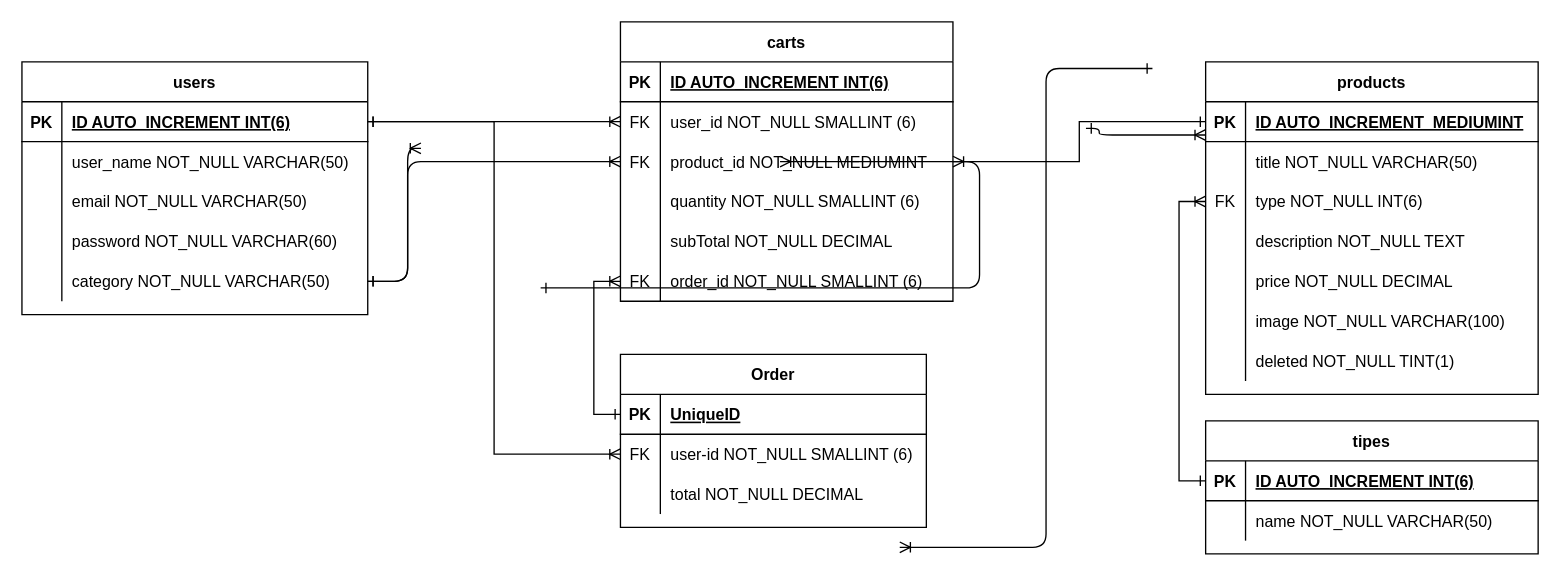
Earlier version of the draw.io diagram database-diagram.drawio (Juan-Ignacio-Bordignon/Proyecto-Ecommerce). Source tidied: cells renumbered, new cells numbered last; positions are measured from the earlier drawing's top-left corner, leaving out a move shared by most shapes. Both pictures are drawn from the tidied source at 133%, with x=0, y=0 at pixel (21, 21).
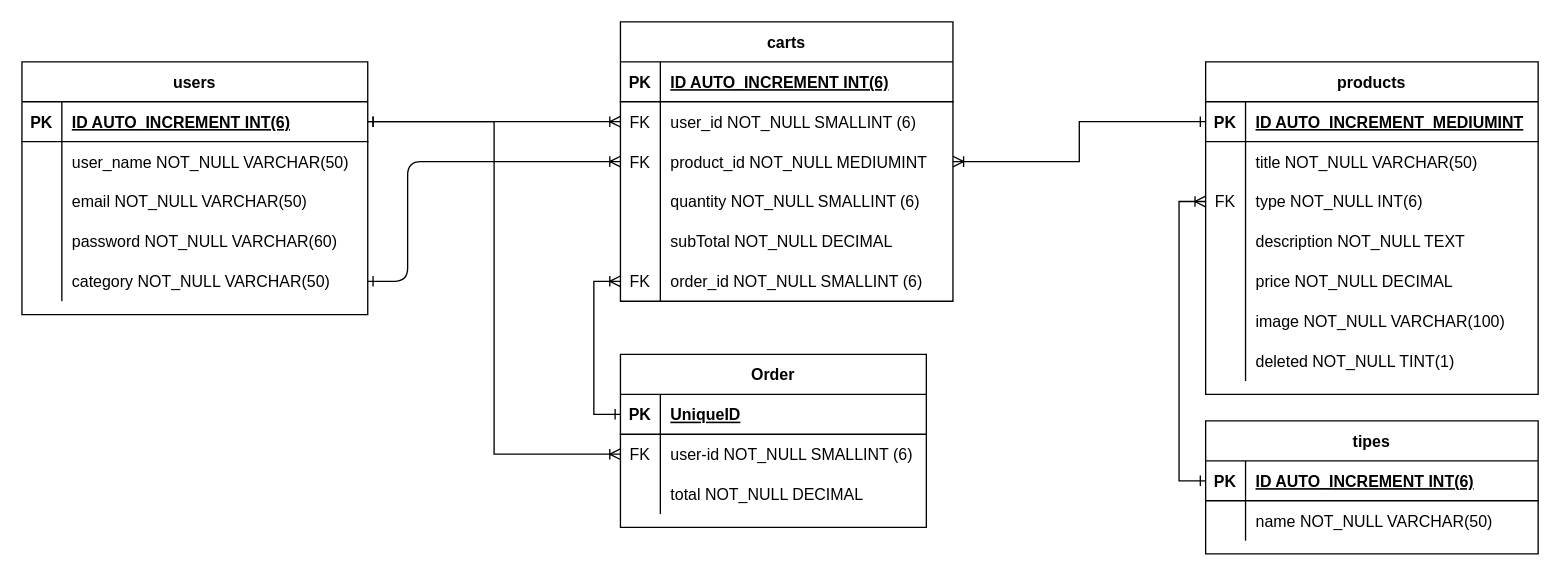
The same page after the edit.

Commit message:
Actualizacion diagrama

What changed in the source:
```diff
@@
-    <mxCell id="2" style="edgeStyle=elbowEdgeStyle;fontSize=12;html=1;endArrow=ERoneToMany;startArrow=ERone;startFill=0;exitX=1;exitY=0.5;exitDx=0;exitDy=0;entryX=0;entryY=0.5;entryDx=0;entryDy=0;" parent="1" edge="1">
-      <mxGeometry relative="1" as="geometry">
-        <mxPoint x="260" y="195" as="sourcePoint" />
-        <mxPoint x="300" y="95" as="targetPoint" />
-        <Array as="points">
-          <mxPoint x="290" y="195" />
-        </Array>
-      </mxGeometry>
-    </mxCell>
-    <mxCell id="3" style="edgeStyle=elbowEdgeStyle;fontSize=12;html=1;endArrow=ERoneToMany;entryX=1;entryY=0.5;entryDx=0;entryDy=0;startArrow=ERone;startFill=0;exitX=0;exitY=0.5;exitDx=0;exitDy=0;" parent="1" edge="1">
-      <mxGeometry relative="1" as="geometry">
-        <mxPoint x="390" y="200" as="sourcePoint" />
-        <mxPoint x="570" y="105" as="targetPoint" />
-        <Array as="points">
-          <mxPoint x="720" y="80" />
-          <mxPoint x="760" y="130" />
-        </Array>
-      </mxGeometry>
-    </mxCell>
-    <mxCell id="4" style="edgeStyle=elbowEdgeStyle;fontSize=12;html=1;endArrow=ERoneToMany;entryX=0;entryY=0.5;entryDx=0;entryDy=0;exitX=0;exitY=0.5;exitDx=0;exitDy=0;startArrow=ERone;startFill=0;" parent="1" edge="1">
-      <mxGeometry relative="1" as="geometry">
-        <mxPoint x="800" y="80" as="sourcePoint" />
-        <mxPoint x="890" y="85" as="targetPoint" />
-        <Array as="points">
-          <mxPoint x="810" y="240" />
-        </Array>
-      </mxGeometry>
-    </mxCell>
@@
-    <mxCell id="6" style="edgeStyle=elbowEdgeStyle;fontSize=12;html=1;endArrow=ERoneToMany;entryX=1;entryY=0.5;entryDx=0;entryDy=0;startArrow=ERone;startFill=0;exitX=0;exitY=0.5;exitDx=0;exitDy=0;" parent="1" edge="1">
-      <mxGeometry relative="1" as="geometry">
-        <mxPoint x="850" y="35" as="sourcePoint" />
-        <mxPoint x="660" y="395" as="targetPoint" />
-        <Array as="points">
-          <mxPoint x="770" y="210" />
-          <mxPoint x="770" y="140" />
-        </Array>
-      </mxGeometry>
-    </mxCell>
```
